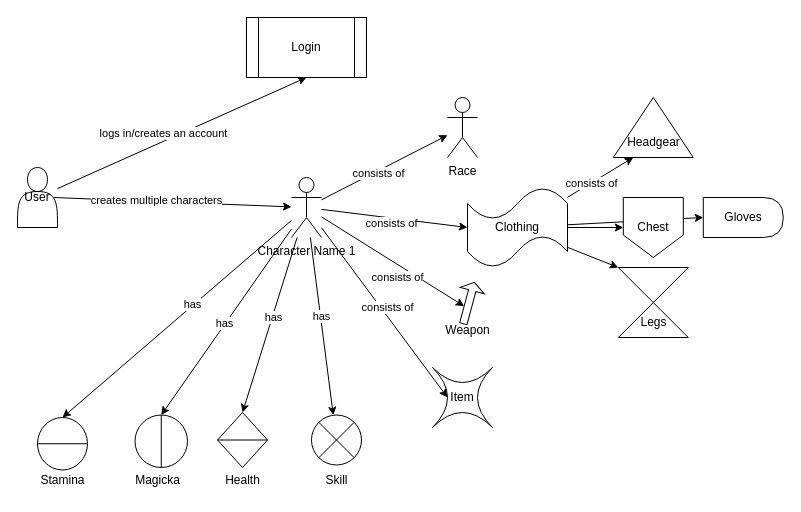
Before: Diagrams/ContextDiagram.drawio in Joel6v/PraktikumZuehlke, a draw.io diagram. Source tidied: cells renumbered, new cells numbered last; positions are measured from the earlier drawing's top-left corner, leaving out a move shared by most shapes. Both pictures are drawn from the tidied source at 100%, with x=0, y=0 at pixel (17, 17).
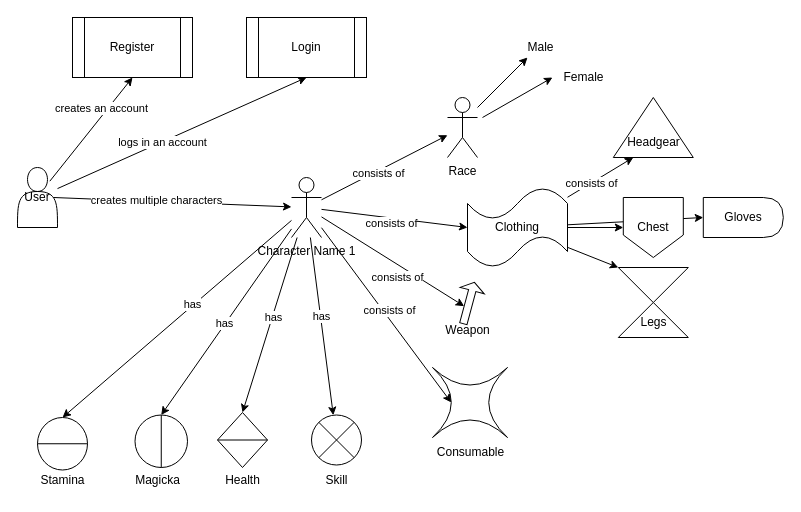
Above is the later version.

The change refers to these unchanged cells:
```xml
<mxCell id="2" style="rounded=0;jettySize=auto;html=1;entryX=0.5;entryY=1;entryDx=0;entryDy=0;" parent="1" edge="1" source="4" target="41">
  <mxGeometry relative="1" as="geometry" />
</mxCell>
<mxCell id="4" value="User" style="shape=actor;whiteSpace=wrap;html=1;" parent="1" vertex="1">
  <mxGeometry y="150" width="40" height="60" as="geometry" />
</mxCell>
```

What changed in the source:
```diff
@@
-    <mxCell id="3" value="logs in/creates an account" style="edgeLabel;html=1;align=center;verticalAlign=middle;" parent="2" vertex="1">
+    <mxCell id="3" value="logs in an account" style="edgeLabel;html=1;align=center;verticalAlign=middle;" parent="2" vertex="1">
       <mxGeometry x="-0.21" y="-1" relative="1" as="geometry">
-        <mxPoint x="6" y="-12" as="offset" />
+        <mxPoint x="5" y="-3" as="offset" />
       </mxGeometry>
     </mxCell>
@@
-    <mxCell id="31" value="Item" style="shape=switch;whiteSpace=wrap;html=1;" parent="1" vertex="1">
-      <mxGeometry x="415" y="350" width="60" height="60" as="geometry" />
+    <mxCell id="31" style="shape=switch;whiteSpace=wrap;html=1;" parent="1" vertex="1">
+      <mxGeometry x="415" y="350" width="75" height="70" as="geometry" />
     </mxCell>
@@
+    <mxCell id="57" value="&lt;span style=&quot;text-wrap: wrap;&quot;&gt;Consumable&lt;/span&gt;" style="text;html=1;align=center;verticalAlign=middle;strokeColor=none;fillColor=none;" parent="1" vertex="1">
+      <mxGeometry x="407.5" y="420" width="90" height="30" as="geometry" />
+    </mxCell>
+    <mxCell id="58" style="endArrow=classic;html=1;rounded=0;" parent="1" edge="1">
+      <mxGeometry relative="1" as="geometry">
+        <mxPoint x="460" y="90" as="sourcePoint" />
+        <mxPoint x="510" y="40" as="targetPoint" />
+      </mxGeometry>
+    </mxCell>
+    <mxCell id="59" value="Male" style="text;html=1;align=center;verticalAlign=middle;strokeColor=none;fillColor=none;" parent="1" vertex="1">
+      <mxGeometry x="497.5" y="15" width="50" height="30" as="geometry" />
+    </mxCell>
+    <mxCell id="60" style="endArrow=classic;html=1;rounded=0;" parent="1" edge="1">
+      <mxGeometry relative="1" as="geometry">
+        <mxPoint x="465" y="100" as="sourcePoint" />
+        <mxPoint x="535" y="60" as="targetPoint" />
+      </mxGeometry>
+    </mxCell>
+    <mxCell id="61" value="Female" style="text;html=1;align=center;verticalAlign=middle;strokeColor=none;fillColor=none;" parent="1" vertex="1">
+      <mxGeometry x="535.8" y="45" width="60" height="30" as="geometry" />
+    </mxCell>
+    <mxCell id="62" value="Register" style="shape=process;whiteSpace=wrap;html=1;backgroundOutline=1;" parent="1" vertex="1">
+      <mxGeometry x="55" width="120" height="60" as="geometry" />
+    </mxCell>
+    <mxCell id="63" style="endArrow=classic;html=1;rounded=0;entryX=0.5;entryY=1;entryDx=0;entryDy=0;exitX=0.808;exitY=0.228;exitDx=0;exitDy=0;exitPerimeter=0;" parent="1" edge="1" source="4" target="62">
+      <mxGeometry relative="1" as="geometry" />
+    </mxCell>
+    <mxCell id="64" value="creates an account" style="edgeLabel;html=1;align=center;verticalAlign=middle;" parent="63" vertex="1">
+      <mxGeometry x="0.27" y="1" relative="1" as="geometry">
+        <mxPoint y="-7" as="offset" />
+      </mxGeometry>
+    </mxCell>
```
